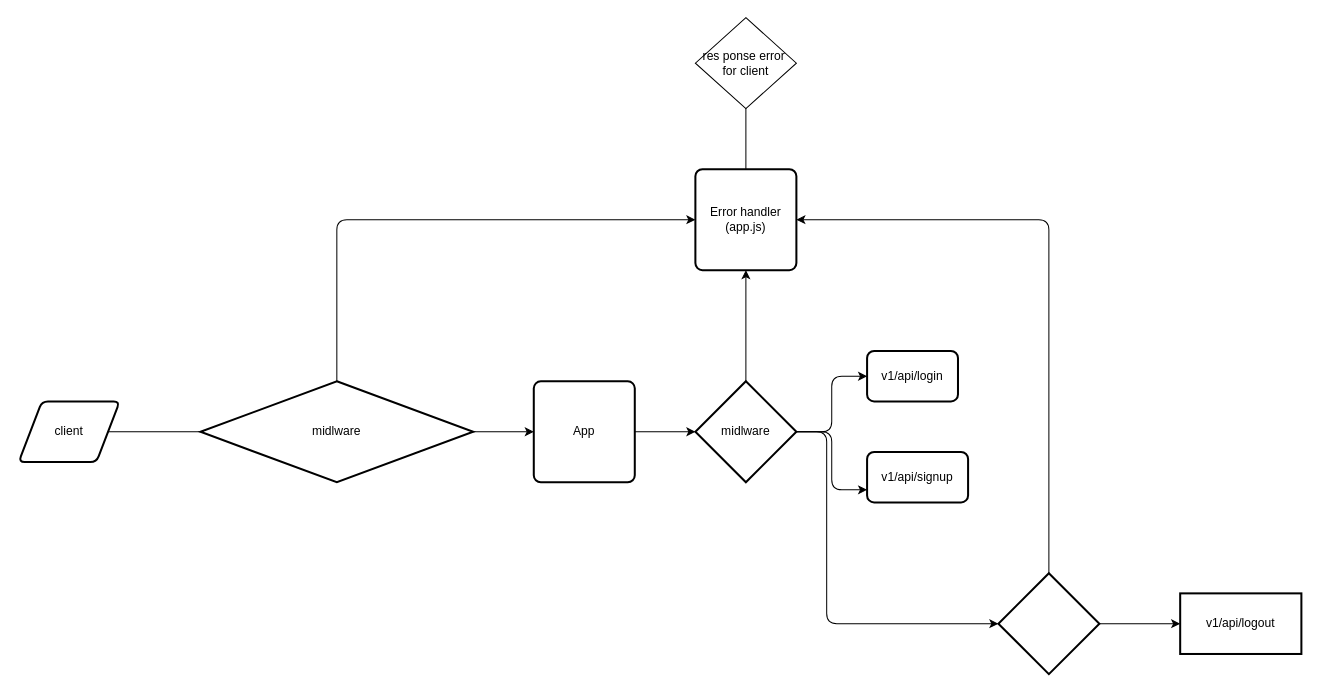
This is docs/flow.drawio from HoangDinhSon/register-login-logout, a draw.io file, before an edit. Source tidied: cells renumbered, new cells numbered last; positions are measured from the earlier drawing's top-left corner, leaving out a move shared by most shapes. Both pictures are drawn from the tidied source at 101%, with x=0, y=0 at pixel (18, 17).
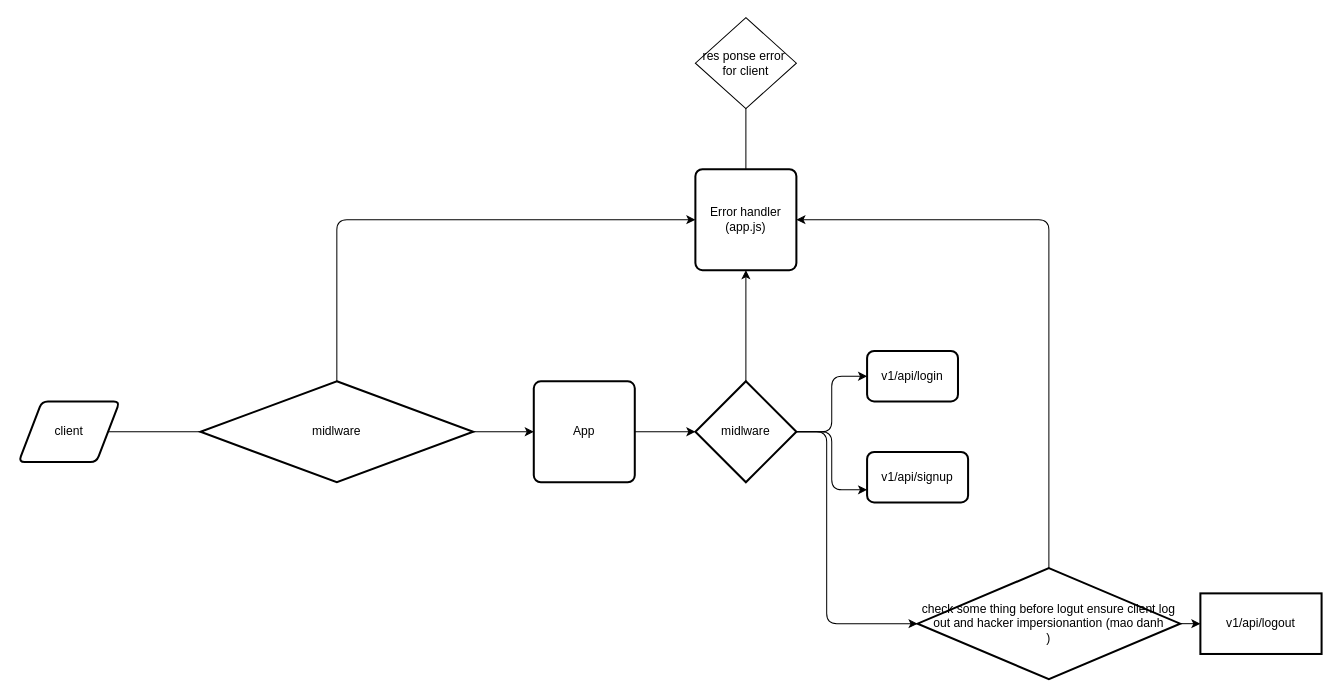
The same diagram, later.

Diff of the diagram source:
```diff
@@
-    <mxCell id="20" style="strokeWidth=2;html=1;shape=mxgraph.flowchart.decision;whiteSpace=wrap;" parent="1" vertex="1">
-      <mxGeometry x="970" y="550" width="100" height="100" as="geometry" />
+    <mxCell id="20" value="check some thing before logut ensure client log out and hacker impersionantion (mao danh&lt;br&gt;)" style="strokeWidth=2;html=1;shape=mxgraph.flowchart.decision;whiteSpace=wrap;" parent="1" vertex="1">
+      <mxGeometry x="890" y="545" width="260" height="110" as="geometry" />
     </mxCell>
     <mxCell id="21" value="v1/api/logout" style="whiteSpace=wrap;html=1;strokeWidth=2;" parent="1" vertex="1">
-      <mxGeometry x="1150" y="570" width="120" height="60" as="geometry" />
+      <mxGeometry x="1170" y="570" width="120" height="60" as="geometry" />
     </mxCell>
```
